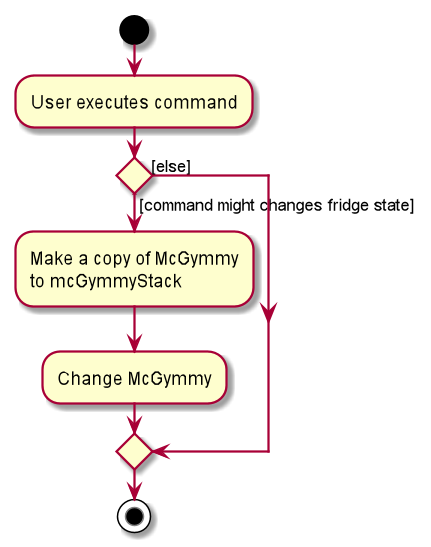
This is docs/images/AddToHistoryActivityDiagram.png from nus-cs2103-AY2021S1/tp, a PlantUML export, as it was before one commit. The source it was exported from:
```plantuml
@startuml
start
:User executes command;


if () then ([command might changes fridge state])
    :Make a copy of McGymmy
    to mcGymmyStack;
    :Change McGymmy;
else ([else])
endif
stop
@enduml
```
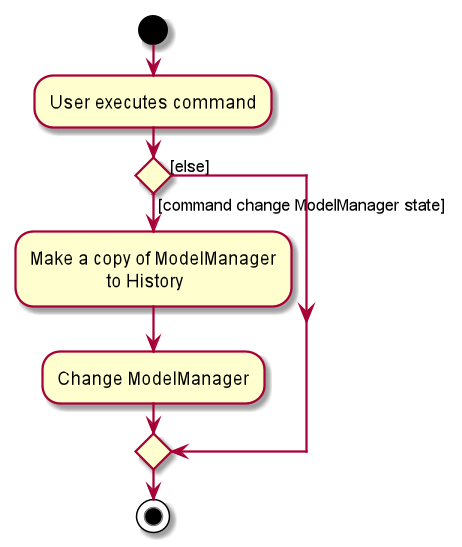
The same diagram one commit later.

Change to the diagram source:
```diff
@@ -3,10 +3,10 @@
 :User executes command;
 
 
-if () then ([command might changes fridge state])
-    :Make a copy of McGymmy
-    to mcGymmyStack;
-    :Change McGymmy;
+if () then ([command change ModelManager state])
+    :Make a copy of ModelManager
+                     to History;
+    :Change ModelManager;
 else ([else])
 endif
 stop
```
